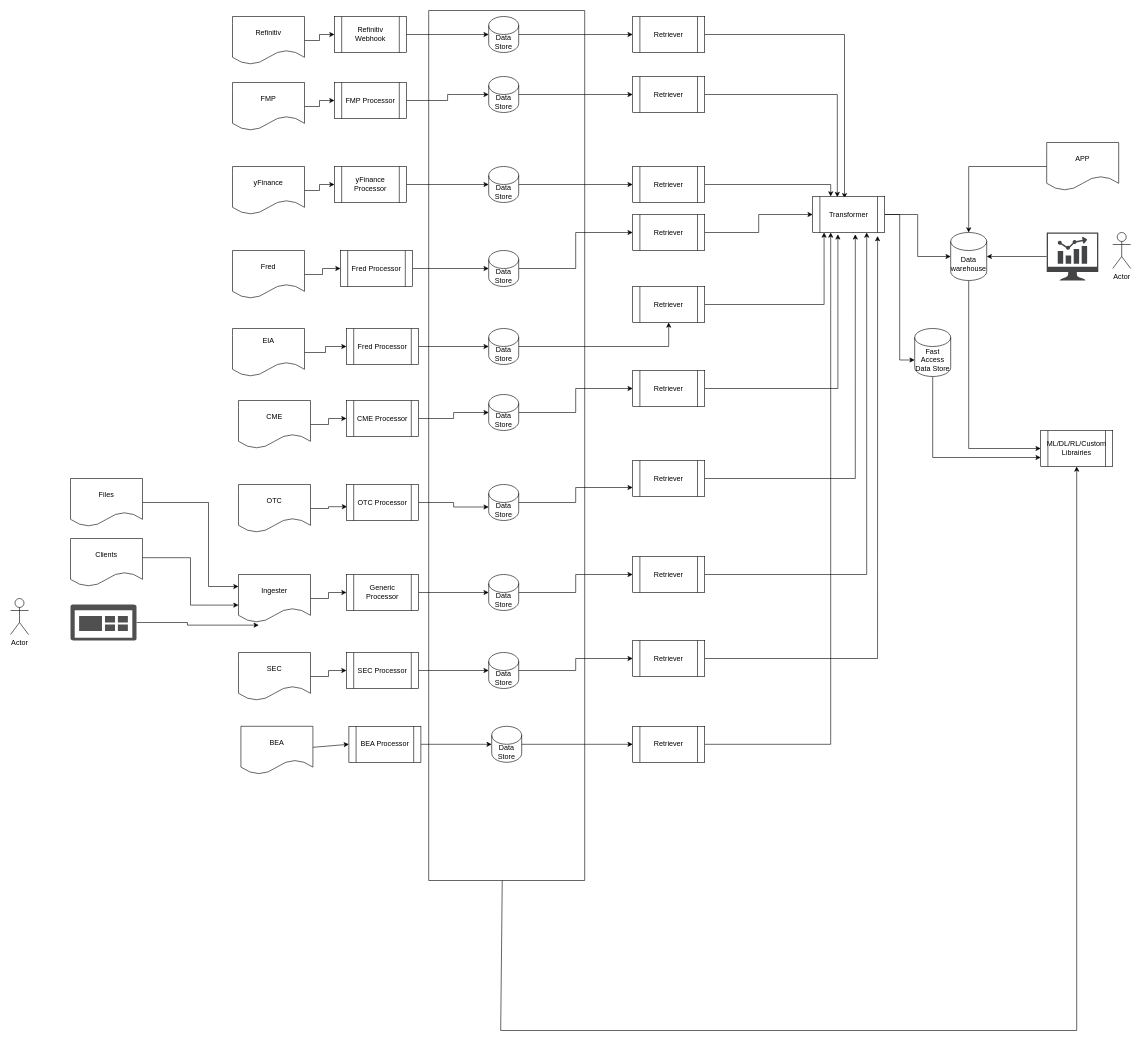
Earlier version of the draw.io diagram Untitled Diagram.drawio (ancgate/WhereToLiveRecommender). Source tidied: cells renumbered, new cells numbered last; positions are measured from the earlier drawing's top-left corner, leaving out a move shared by most shapes. Both pictures are drawn from the tidied source at 60%, with x=0, y=0 at pixel (10, 10).
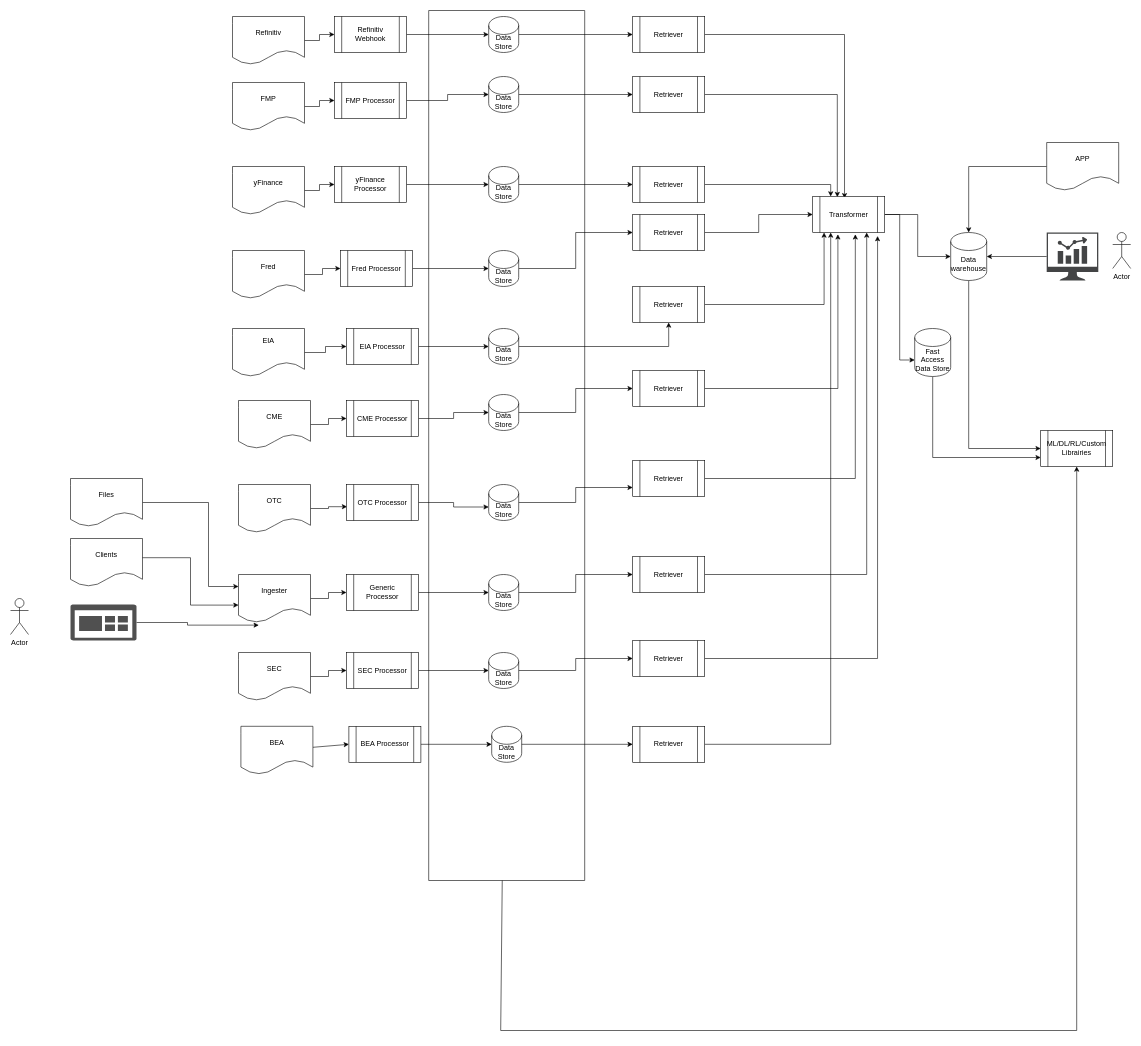
After the change.

The edit, as a diff of the source:
```diff
@@
-    <mxCell id="31" value="Fred Processor" style="shape=process;whiteSpace=wrap;html=1;backgroundOutline=1;" parent="1" vertex="1">
+    <mxCell id="31" value="EIA Processor" style="shape=process;whiteSpace=wrap;html=1;backgroundOutline=1;" parent="1" vertex="1">
       <mxGeometry x="560" y="530" width="120" height="60" as="geometry" />
     </mxCell>
```
